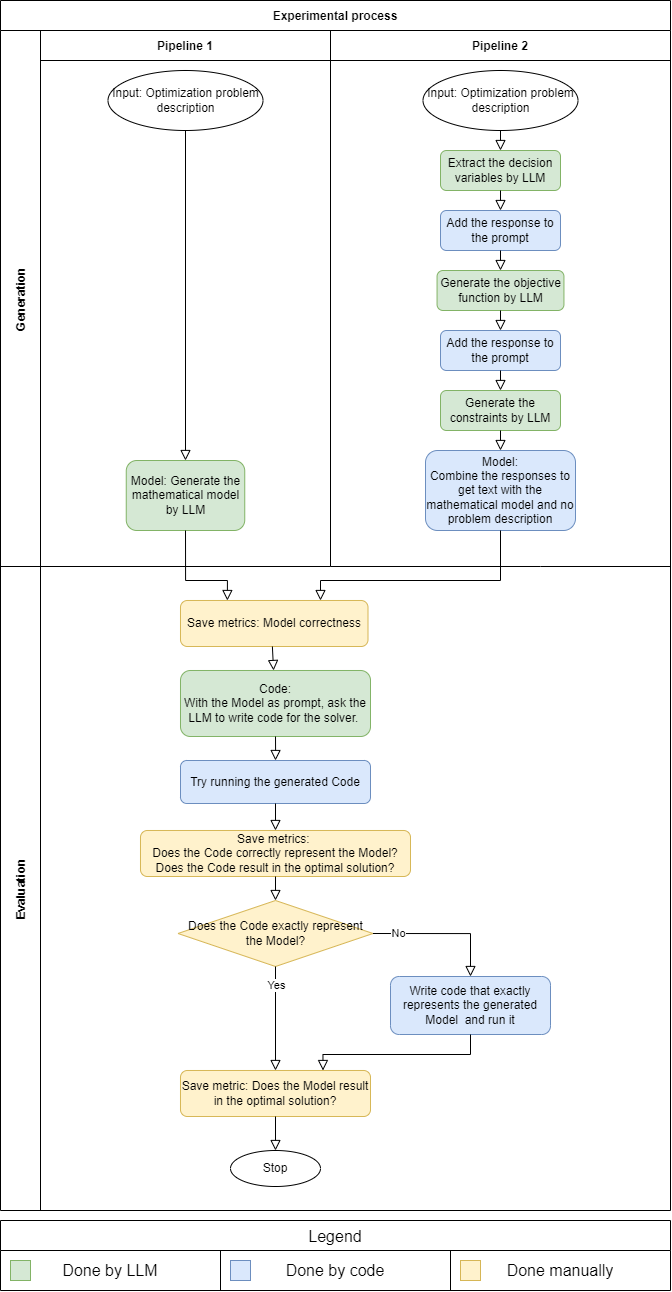
The draw.io diagram PipelineFlowcharts/Overview.drawio.png in RiVuss/LLMsForOptimizationModelling, before a commit. Source tidied: cells renumbered, new cells last; positions are measured from the earlier drawing's top-left corner, leaving out a move shared by most shapes.
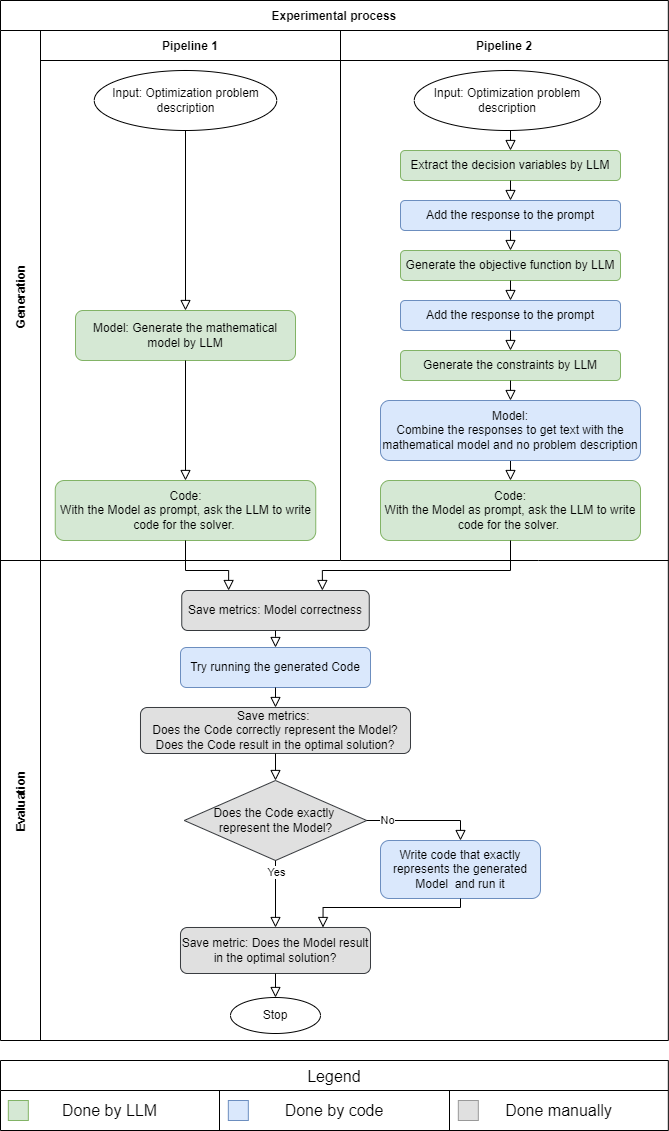
The same diagram one commit later.

Commit message:
Colors and code location

Change to the diagram source:
```diff
@@ -3,55 +3,58 @@
     <mxCell id="0" />
     <mxCell id="1" parent="0" />
     <mxCell id="2" value="Experimental process" style="shape=table;startSize=30;fillColor=none;fontStyle=1;" parent="1" vertex="1">
-      <mxGeometry width="670" height="1210" as="geometry" />
+      <mxGeometry x="2.2" y="160" width="667.8" height="1040" as="geometry" />
     </mxCell>
     <mxCell id="3" value="Generation" style="shape=tableRow;horizontal=0;swimlaneHead=0;swimlaneBody=0;top=0;left=0;bottom=0;right=0;fillColor=none;startSize=40;fontStyle=1;" parent="2" vertex="1">
-      <mxGeometry y="30" width="670" height="536" as="geometry" />
+      <mxGeometry y="30" width="667.8" height="530" as="geometry" />
     </mxCell>
     <mxCell id="4" value="Pipeline 1" style="swimlane;swimlaneHead=0;swimlaneBody=0;fillColor=none;startSize=30;fontStyle=1;" parent="3" vertex="1">
-      <mxGeometry x="40" width="290" height="536" as="geometry" />
+      <mxGeometry x="40" width="300" height="530" as="geometry" />
     </mxCell>
     <mxCell id="5" value="Input: Optimization problem description" style="ellipse;whiteSpace=wrap;html=1;" parent="4" vertex="1">
-      <mxGeometry x="67.5" y="40" width="155" height="60" as="geometry" />
+      <mxGeometry x="53.8" y="40" width="182.5" height="60" as="geometry" />
     </mxCell>
+    <mxCell id="52" value="Code: &lt;br&gt;With the Model as prompt, ask the LLM to write code for the solver.&amp;nbsp;" style="rounded=1;whiteSpace=wrap;html=1;fontSize=12;glass=0;strokeWidth=1;shadow=0;fillColor=#d5e8d4;strokeColor=#82b366;" parent="4" vertex="1">
+      <mxGeometry x="14.8" y="450" width="260.5" height="60" as="geometry" />
+    </mxCell>
     <mxCell id="6" value="Model: Generate the mathematical model by LLM" style="rounded=1;whiteSpace=wrap;html=1;fontSize=12;glass=0;strokeWidth=1;shadow=0;fillColor=#d5e8d4;strokeColor=#82b366;" parent="4" vertex="1">
-      <mxGeometry x="85.8" y="430" width="118.5" height="70" as="geometry" />
+      <mxGeometry x="35" y="280" width="220" height="50" as="geometry" />
     </mxCell>
     <mxCell id="7" style="rounded=0;html=1;jettySize=auto;fontSize=11;endArrow=block;endFill=0;endSize=8;strokeWidth=1;shadow=0;labelBackgroundColor=none;edgeStyle=orthogonalEdgeStyle;entryX=0.5;entryY=0;entryDx=0;entryDy=0;exitX=0.5;exitY=1;exitDx=0;exitDy=0;" parent="4" edge="1" source="5" target="6">
       <mxGeometry relative="1" as="geometry" />
     </mxCell>
+    <mxCell id="42" style="rounded=0;html=1;jettySize=auto;fontSize=11;endArrow=block;endFill=0;endSize=8;strokeWidth=1;shadow=0;labelBackgroundColor=none;edgeStyle=orthogonalEdgeStyle;exitX=0.5;exitY=1;exitDx=0;exitDy=0;entryX=0.5;entryY=0;entryDx=0;entryDy=0;" parent="4" edge="1" source="6" target="52">
+      <mxGeometry relative="1" as="geometry" />
+    </mxCell>
     <mxCell id="8" value="Pipeline 2" style="swimlane;swimlaneHead=0;swimlaneBody=0;fillColor=none;startSize=30;fontStyle=1;rowspan=1;colspan=2;" parent="3" vertex="1">
-      <mxGeometry x="330" width="340" height="536" as="geometry" />
+      <mxGeometry x="340" width="328" height="530" as="geometry" />
     </mxCell>
-    <mxCell id="9" value="Input: Optimization problem description" style="ellipse;whiteSpace=wrap;html=1;" parent="8" vertex="1">
-      <mxGeometry x="92.5" y="40" width="155" height="60" as="geometry" />
-    </mxCell>
-    <mxCell id="10" style="rounded=0;html=1;jettySize=auto;fontSize=11;endArrow=block;endFill=0;endSize=8;strokeWidth=1;shadow=0;labelBackgroundColor=none;edgeStyle=orthogonalEdgeStyle;exitX=0.5;exitY=1;exitDx=0;exitDy=0;entryX=0.5;entryY=0;entryDx=0;entryDy=0;" parent="8" edge="1" source="9" target="11">
-      <mxGeometry relative="1" as="geometry" />
-    </mxCell>
     <mxCell id="11" value="Extract the decision variables by LLM" style="rounded=1;whiteSpace=wrap;html=1;fontSize=12;glass=0;strokeWidth=1;shadow=0;fillColor=#d5e8d4;strokeColor=#82b366;" parent="8" vertex="1">
-      <mxGeometry x="110" y="120" width="120" height="40" as="geometry" />
+      <mxGeometry x="60" y="120" width="220" height="30" as="geometry" />
     </mxCell>
     <mxCell id="12" value="Add the response to the prompt" style="rounded=1;whiteSpace=wrap;html=1;fontSize=12;glass=0;strokeWidth=1;shadow=0;fillColor=#dae8fc;strokeColor=#6c8ebf;" parent="8" vertex="1">
-      <mxGeometry x="110" y="180" width="120" height="40" as="geometry" />
+      <mxGeometry x="60" y="170" width="220" height="30" as="geometry" />
     </mxCell>
     <mxCell id="13" style="rounded=0;html=1;jettySize=auto;fontSize=11;endArrow=block;endFill=0;endSize=8;strokeWidth=1;shadow=0;labelBackgroundColor=none;edgeStyle=orthogonalEdgeStyle;entryX=0.5;entryY=0;entryDx=0;entryDy=0;exitX=0.5;exitY=1;exitDx=0;exitDy=0;" parent="8" edge="1" source="11" target="12">
       <mxGeometry relative="1" as="geometry" />
     </mxCell>
     <mxCell id="14" value="Generate the objective function by LLM" style="rounded=1;whiteSpace=wrap;html=1;fontSize=12;glass=0;strokeWidth=1;shadow=0;fillColor=#d5e8d4;strokeColor=#82b366;" parent="8" vertex="1">
-      <mxGeometry x="106.6" y="240" width="126.9" height="40" as="geometry" />
+      <mxGeometry x="60" y="220" width="220" height="30" as="geometry" />
     </mxCell>
     <mxCell id="15" value="Add the response to the prompt" style="rounded=1;whiteSpace=wrap;html=1;fontSize=12;glass=0;strokeWidth=1;shadow=0;fillColor=#dae8fc;strokeColor=#6c8ebf;" parent="8" vertex="1">
-      <mxGeometry x="110" y="300" width="120" height="40" as="geometry" />
+      <mxGeometry x="60" y="270" width="220" height="30" as="geometry" />
     </mxCell>
     <mxCell id="16" style="rounded=0;html=1;jettySize=auto;fontSize=11;endArrow=block;endFill=0;endSize=8;strokeWidth=1;shadow=0;labelBackgroundColor=none;edgeStyle=orthogonalEdgeStyle;entryX=0.5;entryY=0;entryDx=0;entryDy=0;exitX=0.5;exitY=1;exitDx=0;exitDy=0;" parent="8" edge="1" source="14" target="15">
       <mxGeometry relative="1" as="geometry" />
     </mxCell>
     <mxCell id="17" value="Generate the constraints by LLM" style="rounded=1;whiteSpace=wrap;html=1;fontSize=12;glass=0;strokeWidth=1;shadow=0;fillColor=#d5e8d4;strokeColor=#82b366;" parent="8" vertex="1">
-      <mxGeometry x="110" y="360" width="120" height="40" as="geometry" />
+      <mxGeometry x="60" y="320" width="220" height="30" as="geometry" />
     </mxCell>
+    <mxCell id="53" style="edgeStyle=orthogonalEdgeStyle;rounded=0;jettySize=auto;html=1;exitX=0.5;exitY=1;exitDx=0;exitDy=0;entryX=0.5;entryY=0;entryDx=0;entryDy=0;endArrow=block;endFill=0;endSize=8;" parent="8" edge="1" source="18" target="54">
+      <mxGeometry relative="1" as="geometry" />
+    </mxCell>
     <mxCell id="18" value="Model: &lt;br&gt;Combine the responses to get text with the mathematical model and no problem description" style="rounded=1;whiteSpace=wrap;html=1;fontSize=12;glass=0;strokeWidth=1;shadow=0;fillColor=#dae8fc;strokeColor=#6c8ebf;" parent="8" vertex="1">
-      <mxGeometry x="95" y="420" width="150" height="80" as="geometry" />
+      <mxGeometry x="40" y="370" width="260" height="60" as="geometry" />
     </mxCell>
     <mxCell id="19" style="rounded=0;html=1;jettySize=auto;fontSize=11;endArrow=block;endFill=0;endSize=8;strokeWidth=1;shadow=0;labelBackgroundColor=none;edgeStyle=orthogonalEdgeStyle;entryX=0.5;entryY=0;entryDx=0;entryDy=0;exitX=0.5;exitY=1;exitDx=0;exitDy=0;" parent="8" edge="1" source="17" target="18">
       <mxGeometry relative="1" as="geometry" />
@@ -62,51 +65,46 @@
     <mxCell id="21" style="rounded=0;html=1;jettySize=auto;fontSize=11;endArrow=block;endFill=0;endSize=8;strokeWidth=1;shadow=0;labelBackgroundColor=none;edgeStyle=orthogonalEdgeStyle;exitX=0.5;exitY=1;exitDx=0;exitDy=0;entryX=0.5;entryY=0;entryDx=0;entryDy=0;" parent="8" edge="1" source="15" target="17">
       <mxGeometry relative="1" as="geometry" />
     </mxCell>
+    <mxCell id="9" value="Input: Optimization problem description" style="ellipse;whiteSpace=wrap;html=1;" parent="8" vertex="1">
+      <mxGeometry x="73.8" y="40" width="186.2" height="60" as="geometry" />
+    </mxCell>
+    <mxCell id="10" style="rounded=0;html=1;jettySize=auto;fontSize=11;endArrow=block;endFill=0;endSize=8;strokeWidth=1;shadow=0;labelBackgroundColor=none;edgeStyle=orthogonalEdgeStyle;exitX=0.5;exitY=1;exitDx=0;exitDy=0;entryX=0.5;entryY=0;entryDx=0;entryDy=0;" parent="8" edge="1" source="9" target="11">
+      <mxGeometry relative="1" as="geometry" />
+    </mxCell>
+    <mxCell id="54" value="Code: &lt;br&gt;With the Model as prompt, ask the LLM to write code for the solver.&amp;nbsp;" style="rounded=1;whiteSpace=wrap;html=1;fontSize=12;glass=0;strokeWidth=1;shadow=0;fillColor=#d5e8d4;strokeColor=#82b366;" parent="8" vertex="1">
+      <mxGeometry x="40" y="450" width="260" height="60" as="geometry" />
+    </mxCell>
     <mxCell id="22" value="Evaluation" style="shape=tableRow;horizontal=0;swimlaneHead=0;swimlaneBody=0;top=0;left=0;bottom=0;right=0;fillColor=none;startSize=40;fontStyle=1;" parent="2" vertex="1">
-      <mxGeometry y="566" width="670" height="644" as="geometry" />
+      <mxGeometry y="560" width="667.8" height="480" as="geometry" />
     </mxCell>
     <mxCell id="23" style="swimlane;swimlaneHead=0;swimlaneBody=0;fillColor=none;startSize=0;fontStyle=1;rowspan=1;colspan=3;" parent="22" vertex="1">
-      <mxGeometry x="40" width="630" height="644" as="geometry" />
+      <mxGeometry x="40" width="628" height="480" as="geometry" />
     </mxCell>
-    <mxCell id="24" value="Does the Code exactly represent the Model?" style="rhombus;whiteSpace=wrap;html=1;fillColor=#fff2cc;strokeColor=#d6b656;" parent="23" vertex="1">
-      <mxGeometry x="137.5" y="334" width="195" height="66" as="geometry" />
+    <mxCell id="24" value="&lt;font style=&quot;font-size: 12px;&quot;&gt;Does the Code exactly&amp;nbsp;&lt;/font&gt;&lt;div style=&quot;&quot;&gt;&lt;font style=&quot;font-size: 12px;&quot;&gt;represent the Model?&lt;/font&gt;&lt;/div&gt;" style="rhombus;whiteSpace=wrap;html=1;fillColor=#e0e0e0;strokeColor=#36393d;" parent="23" vertex="1">
+      <mxGeometry x="143.8" y="220" width="182.5" height="80" as="geometry" />
     </mxCell>
     <mxCell id="25" value="Write code that exactly represents the generated Model&amp;nbsp; and run it" style="rounded=1;whiteSpace=wrap;html=1;fontSize=12;glass=0;strokeWidth=1;shadow=0;fillColor=#dae8fc;strokeColor=#6c8ebf;" parent="23" vertex="1">
-      <mxGeometry x="350" y="410" width="160" height="58" as="geometry" />
+      <mxGeometry x="340" y="280" width="160" height="58" as="geometry" />
     </mxCell>
-    <mxCell id="26" value="Code: &lt;br&gt;With the Model as prompt, ask the LLM to write code for the solver.&amp;nbsp;" style="rounded=1;whiteSpace=wrap;html=1;fontSize=12;glass=0;strokeWidth=1;shadow=0;fillColor=#d5e8d4;strokeColor=#82b366;" parent="23" vertex="1">
-      <mxGeometry x="140" y="104" width="190" height="66" as="geometry" />
-    </mxCell>
     <mxCell id="27" value="Try running the generated Code" style="rounded=1;whiteSpace=wrap;html=1;fontSize=12;glass=0;strokeWidth=1;shadow=0;fillColor=#dae8fc;strokeColor=#6c8ebf;" parent="23" vertex="1">
-      <mxGeometry x="140" y="194" width="190" height="43" as="geometry" />
+      <mxGeometry x="140" y="87" width="190" height="40" as="geometry" />
     </mxCell>
-    <mxCell id="28" value="Save metrics: Model correctness" style="rounded=1;whiteSpace=wrap;html=1;fillColor=#fff2cc;strokeColor=#d6b656;" parent="23" vertex="1">
-      <mxGeometry x="140" y="34" width="187.5" height="46" as="geometry" />
+    <mxCell id="28" value="Save metrics: Model correctness" style="rounded=1;whiteSpace=wrap;html=1;fillColor=#e0e0e0;strokeColor=#36393d;" parent="23" vertex="1">
+      <mxGeometry x="141.2" y="30" width="187.5" height="40" as="geometry" />
     </mxCell>
-    <mxCell id="29" value="Save metrics:&amp;nbsp;&lt;div&gt;Does the Code correctly represent the Model?&lt;br&gt;&lt;div&gt;Does the Code result in the optimal solution?&lt;/div&gt;&lt;/div&gt;" style="rounded=1;whiteSpace=wrap;html=1;fillColor=#fff2cc;strokeColor=#d6b656;" parent="23" vertex="1">
-      <mxGeometry x="100" y="264" width="270" height="46" as="geometry" />
+    <mxCell id="29" value="Save metrics:&amp;nbsp;&lt;div&gt;Does the Code correctly represent the Model?&lt;br&gt;&lt;div&gt;Does the Code result in the optimal solution?&lt;/div&gt;&lt;/div&gt;" style="rounded=1;whiteSpace=wrap;html=1;fillColor=#e0e0e0;strokeColor=#36393d;" parent="23" vertex="1">
+      <mxGeometry x="100" y="147" width="270" height="46" as="geometry" />
     </mxCell>
-    <mxCell id="30" value="Save metric: Does the Model result in the optimal solution?" style="rounded=1;whiteSpace=wrap;html=1;fillColor=#fff2cc;strokeColor=#d6b656;" parent="23" vertex="1">
-      <mxGeometry x="140" y="504" width="190" height="46" as="geometry" />
+    <mxCell id="30" value="Save metric: Does the Model result in the optimal solution?" style="rounded=1;whiteSpace=wrap;html=1;fillColor=#e0e0e0;strokeColor=#36393d;" parent="23" vertex="1">
+      <mxGeometry x="140" y="367" width="190" height="46" as="geometry" />
     </mxCell>
     <mxCell id="31" value="Stop" style="ellipse;whiteSpace=wrap;html=1;" parent="23" vertex="1">
-      <mxGeometry x="190" y="584" width="90" height="36" as="geometry" />
+      <mxGeometry x="190" y="437" width="90" height="36" as="geometry" />
     </mxCell>
-    <mxCell id="32" style="rounded=0;html=1;jettySize=auto;orthogonalLoop=1;fontSize=11;endArrow=block;endFill=0;endSize=8;strokeWidth=1;shadow=0;labelBackgroundColor=none;edgeStyle=orthogonalEdgeStyle;entryX=0.5;entryY=0;entryDx=0;entryDy=0;exitX=0.5;exitY=1;exitDx=0;exitDy=0;" parent="23" edge="1">
-      <mxGeometry relative="1" as="geometry">
-        <mxPoint x="231.9" y="80" as="sourcePoint" />
-        <mxPoint x="233.1" y="104" as="targetPoint" />
-        <Array as="points">
-          <mxPoint x="233.1" y="80" />
-          <mxPoint x="233.1" y="104" />
-        </Array>
-      </mxGeometry>
-    </mxCell>
-    <mxCell id="33" style="rounded=0;html=1;jettySize=auto;fontSize=11;endArrow=block;endFill=0;endSize=8;strokeWidth=1;shadow=0;labelBackgroundColor=none;edgeStyle=orthogonalEdgeStyle;entryX=0.5;entryY=0;entryDx=0;entryDy=0;exitX=0.5;exitY=1;exitDx=0;exitDy=0;" parent="23" edge="1" source="26" target="27">
+    <mxCell id="33" style="rounded=0;html=1;jettySize=auto;fontSize=11;endArrow=block;endFill=0;endSize=8;strokeWidth=1;shadow=0;labelBackgroundColor=none;edgeStyle=orthogonalEdgeStyle;entryX=0.5;entryY=0;entryDx=0;entryDy=0;exitX=0.5;exitY=1;exitDx=0;exitDy=0;" parent="23" edge="1" source="28" target="27">
       <mxGeometry relative="1" as="geometry">
         <Array as="points">
-          <mxPoint x="235" y="184" />
-          <mxPoint x="235" y="184" />
+          <mxPoint x="235" y="76" />
         </Array>
       </mxGeometry>
     </mxCell>
@@ -123,7 +121,11 @@
       <mxGeometry x="-0.66" relative="1" as="geometry" />
     </mxCell>
     <mxCell id="38" style="rounded=0;html=1;jettySize=auto;fontSize=11;endArrow=block;endFill=0;endSize=8;strokeWidth=1;shadow=0;labelBackgroundColor=none;edgeStyle=orthogonalEdgeStyle;entryX=0.5;entryY=0;entryDx=0;entryDy=0;exitX=1;exitY=0.5;exitDx=0;exitDy=0;" parent="23" edge="1" source="24" target="25">
-      <mxGeometry relative="1" as="geometry" />
+      <mxGeometry relative="1" as="geometry">
+        <Array as="points">
+          <mxPoint x="420" y="260" />
+        </Array>
+      </mxGeometry>
     </mxCell>
     <mxCell id="39" value="No" style="edgeLabel;html=1;align=center;verticalAlign=middle;" parent="38" vertex="1">
       <mxGeometry x="-0.64" y="1" relative="1" as="geometry" />
@@ -131,45 +133,44 @@
     <mxCell id="40" style="rounded=0;html=1;jettySize=auto;fontSize=11;endArrow=block;endFill=0;endSize=8;strokeWidth=1;shadow=0;labelBackgroundColor=none;edgeStyle=orthogonalEdgeStyle;entryX=0.75;entryY=0;entryDx=0;entryDy=0;exitX=0.5;exitY=1;exitDx=0;exitDy=0;" parent="23" edge="1" source="25" target="30">
       <mxGeometry relative="1" as="geometry">
         <Array as="points">
-          <mxPoint x="430" y="488" />
-          <mxPoint x="282" y="488" />
+          <mxPoint x="420" y="347" />
+          <mxPoint x="283" y="347" />
         </Array>
       </mxGeometry>
     </mxCell>
     <mxCell id="41" style="rounded=0;html=1;jettySize=auto;fontSize=11;endArrow=block;endFill=0;endSize=8;strokeWidth=1;shadow=0;labelBackgroundColor=none;edgeStyle=orthogonalEdgeStyle;entryX=0.5;entryY=0;entryDx=0;entryDy=0;exitX=0.5;exitY=1;exitDx=0;exitDy=0;" parent="23" edge="1" source="30" target="31">
       <mxGeometry relative="1" as="geometry" />
     </mxCell>
-    <mxCell id="42" style="rounded=0;html=1;jettySize=auto;fontSize=11;endArrow=block;endFill=0;endSize=8;strokeWidth=1;shadow=0;labelBackgroundColor=none;edgeStyle=orthogonalEdgeStyle;entryX=0.25;entryY=0;entryDx=0;entryDy=0;exitX=0.5;exitY=1;exitDx=0;exitDy=0;" parent="2" edge="1" source="6" target="28">
-      <mxGeometry relative="1" as="geometry">
-        <Array as="points">
-          <mxPoint x="185" y="580" />
-          <mxPoint x="227" y="580" />
-        </Array>
-      </mxGeometry>
-    </mxCell>
-    <mxCell id="43" style="rounded=0;html=1;jettySize=auto;fontSize=11;endArrow=block;endFill=0;endSize=8;strokeWidth=1;shadow=0;labelBackgroundColor=none;edgeStyle=orthogonalEdgeStyle;entryX=0.75;entryY=0;entryDx=0;entryDy=0;exitX=0.5;exitY=1;exitDx=0;exitDy=0;" parent="2" edge="1" source="18" target="28">
-      <mxGeometry relative="1" as="geometry">
-        <Array as="points">
-          <mxPoint x="500" y="580" />
-          <mxPoint x="320" y="580" />
-          <mxPoint x="320" y="600" />
-        </Array>
-      </mxGeometry>
-    </mxCell>
+    <mxCell id="55" style="edgeStyle=orthogonalEdgeStyle;rounded=0;jettySize=auto;html=1;exitX=0.5;exitY=1;exitDx=0;exitDy=0;entryX=0.75;entryY=0;entryDx=0;entryDy=0;endArrow=block;endFill=0;endSize=8;" parent="2" edge="1" source="54" target="28">
+      <mxGeometry relative="1" as="geometry">
+        <Array as="points">
+          <mxPoint x="510" y="570" />
+          <mxPoint x="322" y="570" />
+        </Array>
+      </mxGeometry>
+    </mxCell>
+    <mxCell id="56" style="edgeStyle=orthogonalEdgeStyle;rounded=0;jettySize=auto;html=1;exitX=0.5;exitY=1;exitDx=0;exitDy=0;entryX=0.25;entryY=0;entryDx=0;entryDy=0;endArrow=block;endFill=0;endSize=8;" parent="2" edge="1" source="52" target="28">
+      <mxGeometry relative="1" as="geometry">
+        <Array as="points">
+          <mxPoint x="185" y="570" />
+          <mxPoint x="228" y="570" />
+        </Array>
+      </mxGeometry>
+    </mxCell>
     <mxCell id="44" value="Legend" style="shape=table;startSize=30;strokeColor=default;fontSize=16;" parent="1" vertex="1">
-      <mxGeometry y="1220" width="670" height="70" as="geometry" />
+      <mxGeometry x="2.2" y="1220" width="667.8" height="70" as="geometry" />
     </mxCell>
     <mxCell id="45" style="shape=tableRow;horizontal=0;startSize=0;swimlaneHead=0;swimlaneBody=0;strokeColor=inherit;top=0;left=0;bottom=0;right=0;fillColor=none;fontSize=16;" parent="44" vertex="1">
-      <mxGeometry y="30" width="670" height="40" as="geometry" />
+      <mxGeometry y="30" width="667.8" height="40" as="geometry" />
     </mxCell>
     <mxCell id="46" value="Done by LLM" style="shape=partialRectangle;html=1;whiteSpace=wrap;strokeColor=inherit;overflow=hidden;fillColor=none;top=0;left=0;bottom=0;right=0;fontSize=16;" parent="45" vertex="1">
-      <mxGeometry width="220" height="40" as="geometry" />
+      <mxGeometry width="219" height="40" as="geometry" />
     </mxCell>
     <mxCell id="47" value="Done by code" style="shape=partialRectangle;html=1;whiteSpace=wrap;strokeColor=inherit;overflow=hidden;fillColor=none;top=0;left=0;bottom=0;right=0;fontSize=16;" parent="45" vertex="1">
-      <mxGeometry x="220" width="230" height="40" as="geometry" />
+      <mxGeometry x="219" width="230" height="40" as="geometry" />
     </mxCell>
     <mxCell id="48" value="Done manually" style="shape=partialRectangle;html=1;whiteSpace=wrap;strokeColor=inherit;overflow=hidden;fillColor=none;top=0;left=0;bottom=0;right=0;fontSize=16;" parent="45" vertex="1">
-      <mxGeometry x="450" width="220" height="40" as="geometry" />
+      <mxGeometry x="449" width="219" height="40" as="geometry" />
     </mxCell>
     <mxCell id="49" style="rounded=0;whiteSpace=wrap;html=1;fillColor=#d5e8d4;strokeColor=#82b366;" parent="1" vertex="1">
       <mxGeometry x="10" y="1260" width="20" height="20" as="geometry" />
@@ -177,7 +178,7 @@
     <mxCell id="50" style="rounded=0;whiteSpace=wrap;html=1;fillColor=#dae8fc;strokeColor=#6c8ebf;" parent="1" vertex="1">
       <mxGeometry x="230" y="1260" width="20" height="20" as="geometry" />
     </mxCell>
-    <mxCell id="51" style="rounded=0;whiteSpace=wrap;html=1;fillColor=#fff2cc;strokeColor=#d6b656;" parent="1" vertex="1">
+    <mxCell id="51" style="rounded=0;whiteSpace=wrap;html=1;fillColor=#e0e0e0;strokeColor=#999999;" parent="1" vertex="1">
       <mxGeometry x="460" y="1260" width="20" height="20" as="geometry" />
     </mxCell>
   </root>
```
